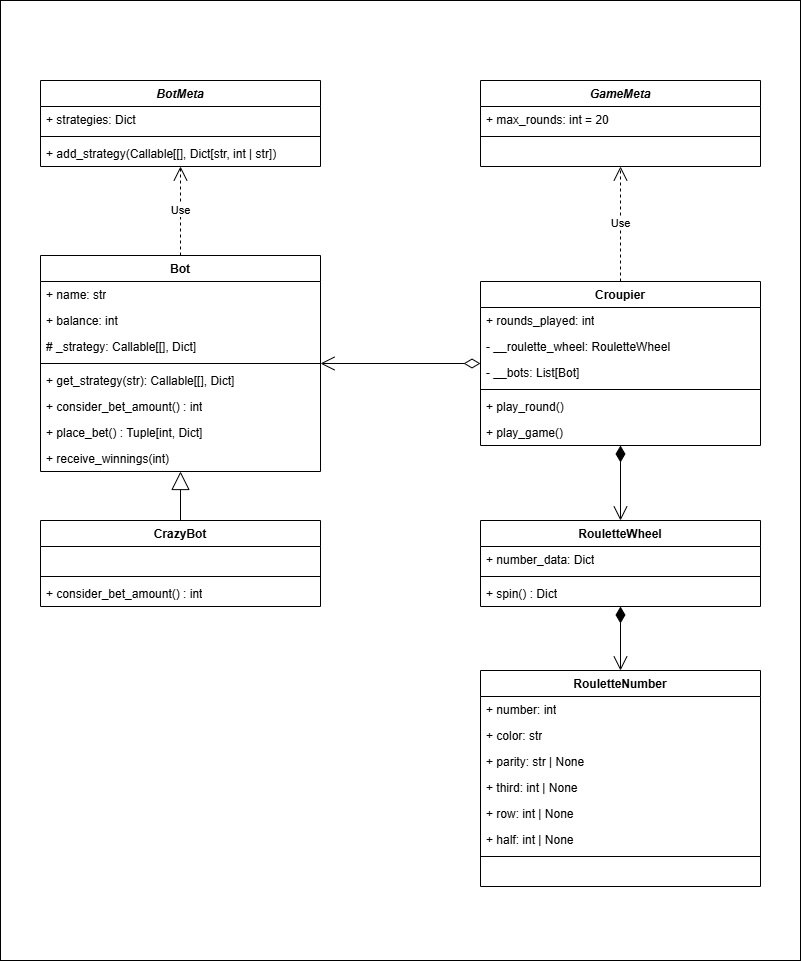
Before: project/game/docs/UML.drawio.png, a diagram exported from draw.io (GigaKekes/spbu-python-course). Source tidied: cells renumbered, new cells last; positions are measured from the earlier drawing's top-left corner, leaving out a move shared by most shapes.
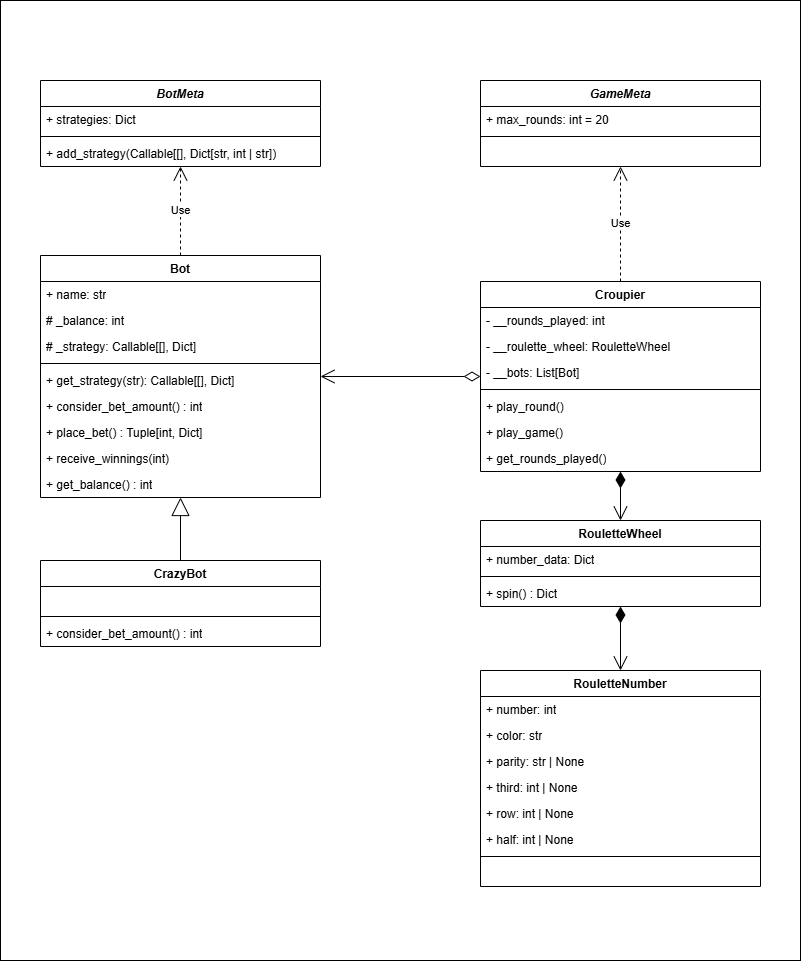
Later version of the same file.

What changed in the source:
```diff
@@ -6,12 +6,12 @@
       <mxGeometry width="800" height="960" as="geometry" />
     </mxCell>
     <mxCell id="3" value="Bot" style="swimlane;fontStyle=1;align=center;verticalAlign=top;horizontal=1;startSize=26;whiteSpace=wrap;html=1;" parent="1" vertex="1">
-      <mxGeometry x="40" y="255" width="280" height="216" as="geometry" />
+      <mxGeometry x="40" y="255" width="280" height="242" as="geometry" />
     </mxCell>
     <mxCell id="4" value="+ name: str" style="text;strokeColor=none;fillColor=none;align=left;verticalAlign=top;spacingLeft=4;spacingRight=4;overflow=hidden;whiteSpace=wrap;html=1;" parent="3" vertex="1">
       <mxGeometry y="26" width="280" height="26" as="geometry" />
     </mxCell>
-    <mxCell id="5" value="+ balance: int" style="text;strokeColor=none;fillColor=none;align=left;verticalAlign=top;spacingLeft=4;spacingRight=4;overflow=hidden;whiteSpace=wrap;html=1;" parent="3" vertex="1">
+    <mxCell id="5" value="# _balance: int" style="text;strokeColor=none;fillColor=none;align=left;verticalAlign=top;spacingLeft=4;spacingRight=4;overflow=hidden;whiteSpace=wrap;html=1;" parent="3" vertex="1">
       <mxGeometry y="52" width="280" height="26" as="geometry" />
     </mxCell>
     <mxCell id="6" value="# _strategy:&amp;nbsp;Callable[[], Dict]" style="text;strokeColor=none;fillColor=none;align=left;verticalAlign=top;spacingLeft=4;spacingRight=4;overflow=hidden;whiteSpace=wrap;html=1;" parent="3" vertex="1">
@@ -32,6 +32,9 @@
     <mxCell id="11" value="+ receive_winnings(int)&amp;nbsp;" style="text;strokeColor=none;fillColor=none;align=left;verticalAlign=top;spacingLeft=4;spacingRight=4;overflow=hidden;whiteSpace=wrap;html=1;" parent="3" vertex="1">
       <mxGeometry y="190" width="280" height="26" as="geometry" />
     </mxCell>
+    <mxCell id="50" value="+ get_balance() : int" style="text;strokeColor=none;fillColor=none;align=left;verticalAlign=top;spacingLeft=4;spacingRight=4;overflow=hidden;whiteSpace=wrap;html=1;" parent="3" vertex="1">
+      <mxGeometry y="216" width="280" height="26" as="geometry" />
+    </mxCell>
     <mxCell id="12" value="&lt;i&gt;BotMeta&lt;/i&gt;" style="swimlane;fontStyle=1;align=center;verticalAlign=top;horizontal=1;startSize=26;whiteSpace=wrap;html=1;" parent="1" vertex="1">
       <mxGeometry x="40" y="80" width="280" height="86" as="geometry" />
     </mxCell>
@@ -45,7 +48,7 @@
       <mxGeometry y="60" width="280" height="26" as="geometry" />
     </mxCell>
     <mxCell id="16" value="CrazyBot" style="swimlane;fontStyle=1;align=center;verticalAlign=top;horizontal=1;startSize=26;whiteSpace=wrap;html=1;" parent="1" vertex="1">
-      <mxGeometry x="40" y="520" width="280" height="86" as="geometry" />
+      <mxGeometry x="40" y="560" width="280" height="86" as="geometry" />
     </mxCell>
     <mxCell id="17" value="&amp;nbsp;" style="text;strokeColor=none;fillColor=none;align=left;verticalAlign=top;spacingLeft=4;spacingRight=4;overflow=hidden;whiteSpace=wrap;html=1;" parent="16" vertex="1">
       <mxGeometry y="26" width="280" height="26" as="geometry" />
@@ -72,9 +75,9 @@
       <mxGeometry y="60" width="280" height="26" as="geometry" />
     </mxCell>
     <mxCell id="25" value="Croupier" style="swimlane;fontStyle=1;align=center;verticalAlign=top;horizontal=1;startSize=26;whiteSpace=wrap;html=1;" parent="1" vertex="1">
-      <mxGeometry x="480" y="281" width="280" height="164" as="geometry" />
+      <mxGeometry x="480" y="281" width="280" height="190" as="geometry" />
     </mxCell>
-    <mxCell id="26" value="+ rounds_played: int" style="text;strokeColor=none;fillColor=none;align=left;verticalAlign=top;spacingLeft=4;spacingRight=4;overflow=hidden;whiteSpace=wrap;html=1;" parent="25" vertex="1">
+    <mxCell id="26" value="- __rounds_played: int" style="text;strokeColor=none;fillColor=none;align=left;verticalAlign=top;spacingLeft=4;spacingRight=4;overflow=hidden;whiteSpace=wrap;html=1;" parent="25" vertex="1">
       <mxGeometry y="26" width="280" height="26" as="geometry" />
     </mxCell>
     <mxCell id="27" value="- __roulette_wheel: RouletteWheel" style="text;strokeColor=none;fillColor=none;align=left;verticalAlign=top;spacingLeft=4;spacingRight=4;overflow=hidden;whiteSpace=wrap;html=1;" parent="25" vertex="1">
@@ -92,6 +95,9 @@
     <mxCell id="31" value="+ play_game()" style="text;strokeColor=none;fillColor=none;align=left;verticalAlign=top;spacingLeft=4;spacingRight=4;overflow=hidden;whiteSpace=wrap;html=1;" parent="25" vertex="1">
       <mxGeometry y="138" width="280" height="26" as="geometry" />
     </mxCell>
+    <mxCell id="51" value="+ get_rounds_played()" style="text;strokeColor=none;fillColor=none;align=left;verticalAlign=top;spacingLeft=4;spacingRight=4;overflow=hidden;whiteSpace=wrap;html=1;" parent="25" vertex="1">
+      <mxGeometry y="164" width="280" height="26" as="geometry" />
+    </mxCell>
     <mxCell id="32" style="endArrow=open;html=1;endSize=12;startArrow=diamondThin;startSize=14;startFill=1;edgeStyle=orthogonalEdgeStyle;align=left;verticalAlign=bottom;rounded=0;entryX=0.5;entryY=0;entryDx=0;entryDy=0;" parent="1" edge="1" source="25" target="21">
       <mxGeometry x="-1" y="3" relative="1" as="geometry" />
     </mxCell>
```
